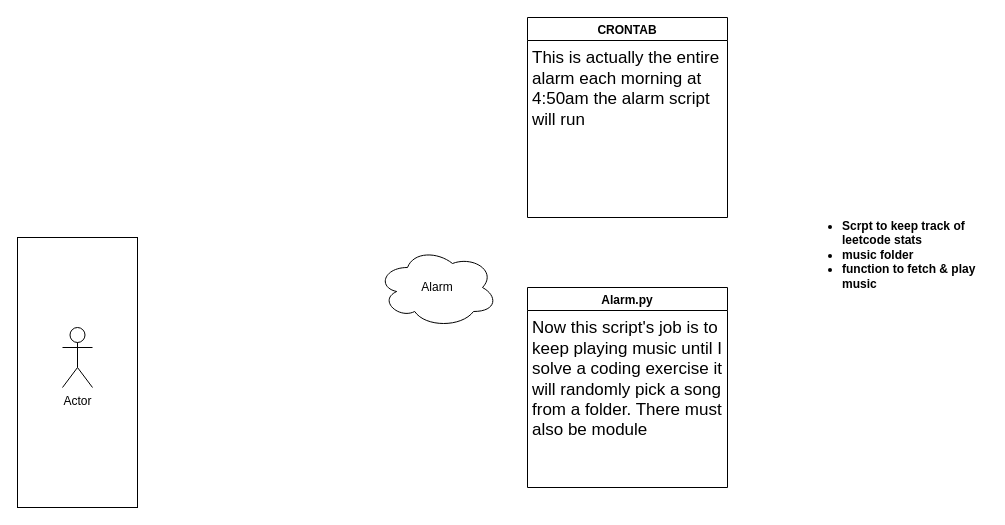
This is diagrams/dojo_alarm.drawio from isaackm225/LT-serving-alarm, a draw.io file, before an edit. Source tidied: cells renumbered, new cells numbered last; positions are measured from the earlier drawing's top-left corner, leaving out a move shared by most shapes. Both pictures are drawn from the tidied source at 100%, with x=0, y=0 at pixel (17, 17).
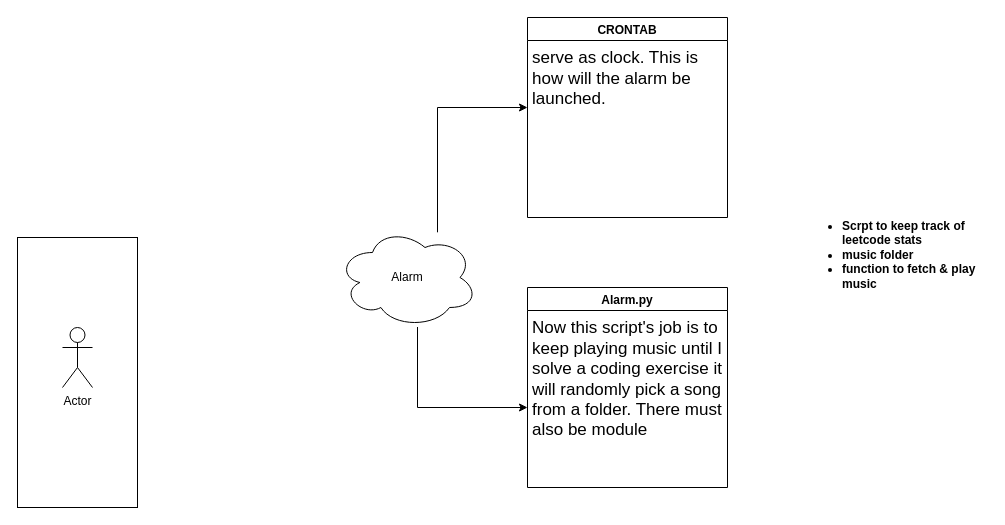
The same page after the edit.

Change to the diagram source:
```diff
@@
 <mxGraphModel>
   <root>
     <mxCell id="0" />
     <mxCell id="1" parent="0" />
     <mxCell id="2" style="rounded=0;whiteSpace=wrap;html=1;" parent="1" vertex="1">
       <mxGeometry y="220" width="120" height="270" as="geometry" />
     </mxCell>
     <mxCell id="3" value="Actor" style="shape=umlActor;verticalLabelPosition=bottom;verticalAlign=top;html=1;" parent="1" vertex="1">
       <mxGeometry x="45" y="310" width="30" height="60" as="geometry" />
     </mxCell>
+    <mxCell id="10" style="edgeStyle=orthogonalEdgeStyle;rounded=0;jettySize=auto;html=1;" parent="1" edge="1" source="4" target="6">
+      <mxGeometry relative="1" as="geometry">
+        <Array as="points">
+          <mxPoint x="420" y="90" />
+        </Array>
+      </mxGeometry>
+    </mxCell>
+    <mxCell id="11" style="edgeStyle=orthogonalEdgeStyle;rounded=0;jettySize=auto;html=1;entryX=0;entryY=0.5;entryDx=0;entryDy=0;" parent="1" edge="1" source="4" target="8">
+      <mxGeometry relative="1" as="geometry">
+        <Array as="points">
+          <mxPoint x="400" y="390" />
+        </Array>
+      </mxGeometry>
+    </mxCell>
     <mxCell id="4" value="Alarm" style="ellipse;shape=cloud;whiteSpace=wrap;html=1;" parent="1" vertex="1">
-      <mxGeometry x="360" y="230" width="120" height="80" as="geometry" />
+      <mxGeometry x="320" y="210" width="140" height="100" as="geometry" />
     </mxCell>
     <mxCell id="5" value="CRONTAB" style="swimlane;" parent="1" vertex="1">
       <mxGeometry x="510" width="200" height="200" as="geometry" />
     </mxCell>
-    <mxCell id="6" value="&lt;h1 style=&quot;font-size: 17px;&quot;&gt;&lt;span style=&quot;font-weight: normal;&quot;&gt;This is actually the entire alarm each morning at 4:50am the alarm script will run&lt;/span&gt;&lt;/h1&gt;" style="text;html=1;strokeColor=none;fillColor=none;spacing=5;spacingTop=-20;whiteSpace=wrap;overflow=hidden;rounded=0;" parent="5" vertex="1">
+    <mxCell id="6" value="&lt;h1 style=&quot;font-size: 17px;&quot;&gt;&lt;span style=&quot;font-weight: 400;&quot;&gt;serve as clock. This is how will the alarm be launched.&lt;/span&gt;&lt;/h1&gt;" style="text;html=1;strokeColor=none;fillColor=none;spacing=5;spacingTop=-20;whiteSpace=wrap;overflow=hidden;rounded=0;" parent="5" vertex="1">
       <mxGeometry y="30" width="200" height="180" as="geometry" />
     </mxCell>
     <mxCell id="7" value="Alarm.py" style="swimlane;" parent="1" vertex="1">
       <mxGeometry x="510" y="270" width="200" height="200" as="geometry" />
     </mxCell>
     <mxCell id="8" value="&lt;h1 style=&quot;font-size: 17px;&quot;&gt;&lt;span style=&quot;font-weight: normal;&quot;&gt;Now this script's job is to keep playing music until I solve a coding exercise it will randomly pick a song from a folder. There must also be module&lt;/span&gt;&lt;/h1&gt;" style="text;html=1;strokeColor=none;fillColor=none;spacing=5;spacingTop=-20;whiteSpace=wrap;overflow=hidden;rounded=0;" parent="7" vertex="1">
       <mxGeometry y="30" width="200" height="180" as="geometry" />
     </mxCell>
     <mxCell id="9" value="&lt;h1 style=&quot;font-size: 12px;&quot;&gt;&lt;ul&gt;&lt;li&gt;Scrpt to keep track of leetcode stats&lt;/li&gt;&lt;li&gt;music folder&lt;/li&gt;&lt;li&gt;function to fetch &amp;amp; play music&lt;/li&gt;&lt;/ul&gt;&lt;/h1&gt;" style="text;html=1;strokeColor=none;fillColor=none;spacing=5;spacingTop=-20;whiteSpace=wrap;overflow=hidden;rounded=0;fontSize=17;" parent="1" vertex="1">
       <mxGeometry x="780" y="200" width="190" height="120" as="geometry" />
     </mxCell>
   </root>
 </mxGraphModel>
```
